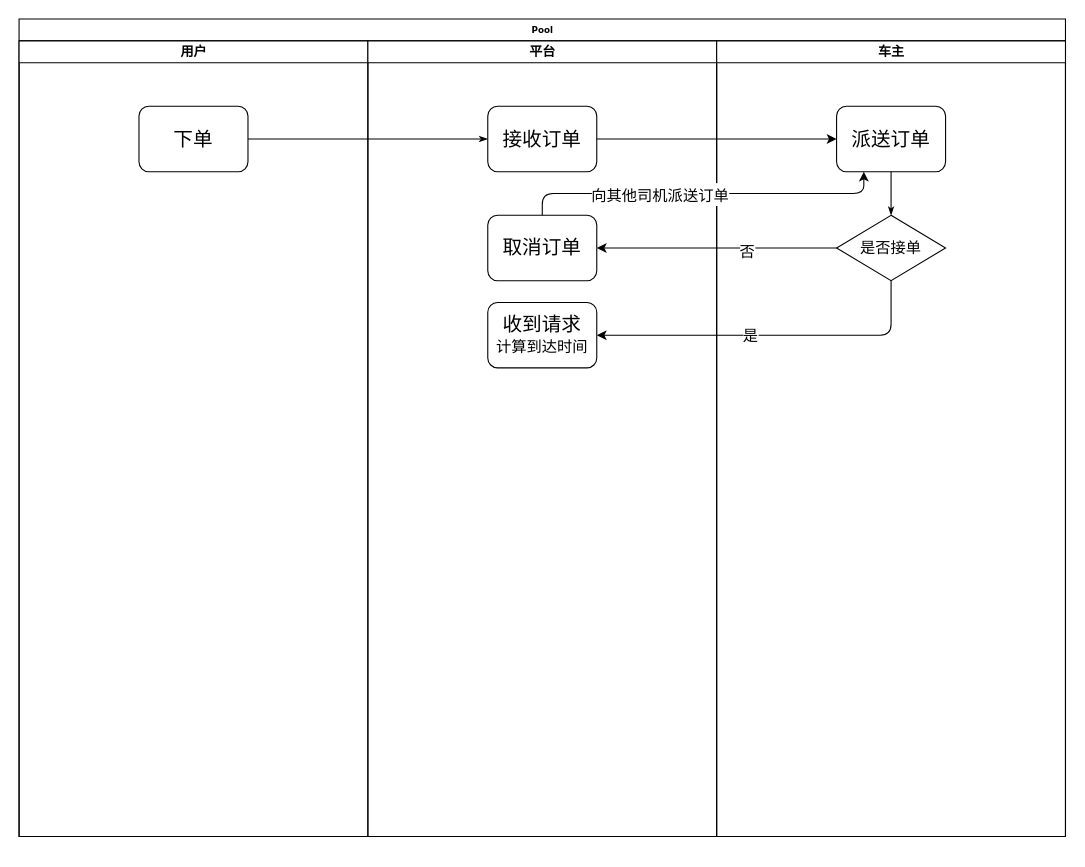
PtilopsisL/drawio keeps this draw.io diagram as Untitled Diagram.drawio. Above is the earlier version. Source tidied: cells renumbered, new cells numbered last; positions are measured from the earlier drawing's top-left corner, leaving out a move shared by most shapes. Both pictures are drawn from the tidied source at 109%, with x=0, y=0 at pixel (19, 19).
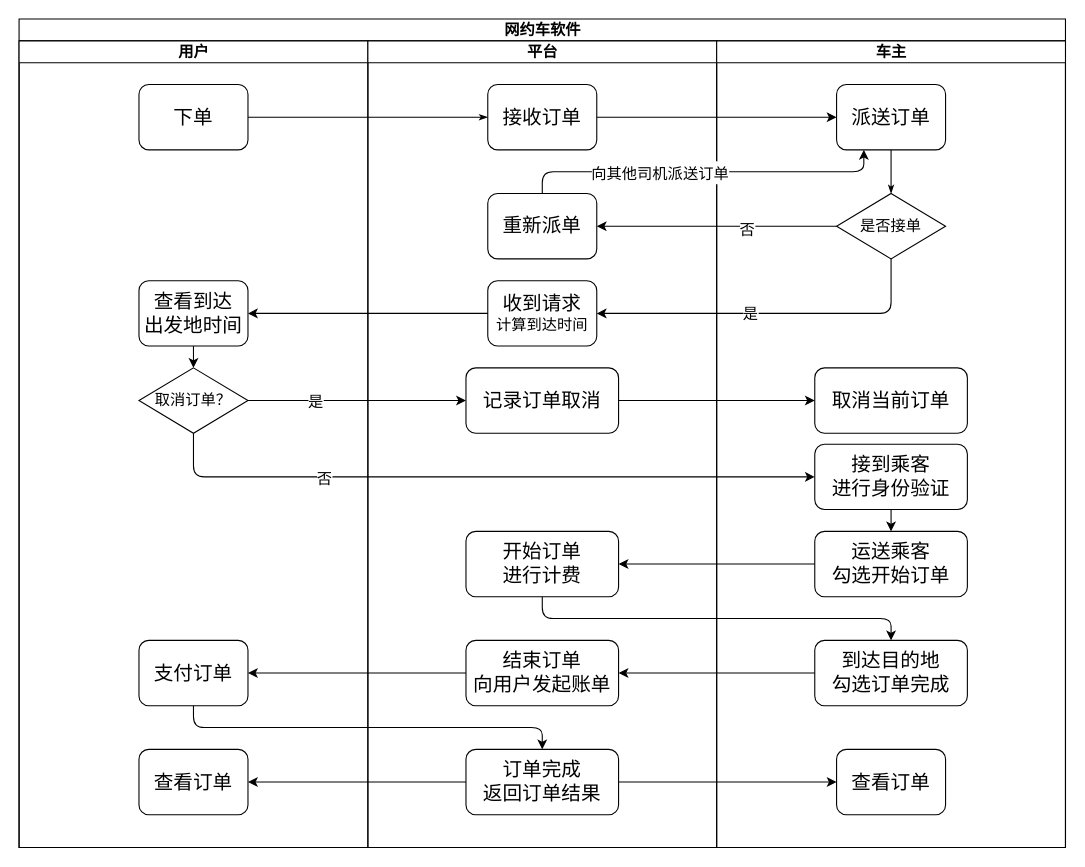
Above is the later version.

What changed in the source:
```diff
@@
-    <mxCell id="2" value="Pool" style="swimlane;html=1;startSize=20;rounded=0;shadow=0;labelBackgroundColor=none;strokeWidth=1;fontFamily=Verdana;fontSize=8;align=center;" parent="1" vertex="1">
-      <mxGeometry width="960" height="750" as="geometry" />
+    <mxCell id="2" value="&lt;font style=&quot;font-size: 14px;&quot;&gt;网约车软件&lt;/font&gt;" style="swimlane;html=1;startSize=20;rounded=0;shadow=0;labelBackgroundColor=none;strokeWidth=1;fontFamily=Verdana;fontSize=8;align=center;" parent="1" vertex="1">
+      <mxGeometry width="960" height="760" as="geometry" />
     </mxCell>
-    <mxCell id="3" value="用户" style="swimlane;html=1;startSize=20;" parent="2" vertex="1">
-      <mxGeometry y="20" width="320" height="730" as="geometry" />
+    <mxCell id="3" value="&lt;font style=&quot;font-size: 14px;&quot;&gt;用户&lt;/font&gt;" style="swimlane;html=1;startSize=20;" parent="2" vertex="1">
+      <mxGeometry y="20" width="320" height="740" as="geometry" />
     </mxCell>
     <mxCell id="4" value="&lt;font style=&quot;font-size: 18px;&quot;&gt;下单&lt;/font&gt;" style="rounded=1;whiteSpace=wrap;html=1;shadow=0;labelBackgroundColor=none;strokeWidth=1;fontFamily=Verdana;fontSize=8;align=center;" parent="3" vertex="1">
-      <mxGeometry x="110" y="60" width="100" height="60" as="geometry" />
+      <mxGeometry x="110" y="40" width="100" height="60" as="geometry" />
     </mxCell>
-    <mxCell id="5" style="edgeStyle=orthogonalEdgeStyle;rounded=1;html=1;labelBackgroundColor=none;startArrow=none;startFill=0;startSize=5;endArrow=classicThin;endFill=1;endSize=5;jettySize=auto;strokeWidth=1;fontFamily=Verdana;fontSize=8;" parent="2" edge="1" source="4" target="7">
-      <mxGeometry relative="1" as="geometry" />
-    </mxCell>
+    <mxCell id="21" style="edgeStyle=orthogonalEdgeStyle;rounded=1;jettySize=auto;html=1;exitX=0.5;exitY=1;exitDx=0;exitDy=0;entryX=0.5;entryY=0;entryDx=0;entryDy=0;fontSize=14;" parent="3" edge="1" source="22" target="23">
+      <mxGeometry relative="1" as="geometry" />
+    </mxCell>
+    <mxCell id="22" value="&lt;font size=&quot;4&quot;&gt;查看到达&lt;br&gt;出发地时间&lt;br&gt;&lt;/font&gt;" style="rounded=1;whiteSpace=wrap;html=1;shadow=0;labelBackgroundColor=none;strokeWidth=1;fontFamily=Verdana;fontSize=8;align=center;" parent="3" vertex="1">
+      <mxGeometry x="110" y="220" width="100" height="60" as="geometry" />
+    </mxCell>
+    <mxCell id="23" value="&lt;span style=&quot;font-size: 14px;&quot;&gt;取消订单？&lt;/span&gt;" style="rhombus;whiteSpace=wrap;html=1;rounded=0;shadow=0;labelBackgroundColor=none;strokeWidth=1;fontFamily=Verdana;fontSize=8;align=center;" parent="3" vertex="1">
+      <mxGeometry x="110" y="300" width="100" height="60" as="geometry" />
+    </mxCell>
+    <mxCell id="24" value="&lt;font size=&quot;4&quot;&gt;支付订单&lt;/font&gt;" style="rounded=1;whiteSpace=wrap;html=1;shadow=0;labelBackgroundColor=none;strokeWidth=1;fontFamily=Verdana;fontSize=8;align=center;" parent="3" vertex="1">
+      <mxGeometry x="110" y="550" width="100" height="60" as="geometry" />
+    </mxCell>
+    <mxCell id="25" value="&lt;font size=&quot;4&quot;&gt;查看订单&lt;/font&gt;" style="rounded=1;whiteSpace=wrap;html=1;shadow=0;labelBackgroundColor=none;strokeWidth=1;fontFamily=Verdana;fontSize=8;align=center;" parent="3" vertex="1">
+      <mxGeometry x="110" y="650" width="100" height="60" as="geometry" />
+    </mxCell>
-    <mxCell id="6" value="平台" style="swimlane;html=1;startSize=20;" parent="2" vertex="1">
-      <mxGeometry x="320" y="20" width="320" height="730" as="geometry" />
+    <mxCell id="6" value="&lt;font style=&quot;font-size: 14px;&quot;&gt;平台&lt;/font&gt;" style="swimlane;html=1;startSize=20;" parent="2" vertex="1">
+      <mxGeometry x="320" y="20" width="320" height="740" as="geometry" />
     </mxCell>
     <mxCell id="7" value="&lt;font style=&quot;font-size: 18px;&quot;&gt;接收订单&lt;/font&gt;" style="rounded=1;whiteSpace=wrap;html=1;shadow=0;labelBackgroundColor=none;strokeWidth=1;fontFamily=Verdana;fontSize=8;align=center;" parent="6" vertex="1">
-      <mxGeometry x="110" y="60" width="100" height="60" as="geometry" />
+      <mxGeometry x="110" y="40" width="100" height="60" as="geometry" />
     </mxCell>
-    <mxCell id="8" value="&lt;font style=&quot;font-size: 18px;&quot;&gt;取消订单&lt;/font&gt;" style="rounded=1;whiteSpace=wrap;html=1;fontSize=14;" parent="6" vertex="1">
-      <mxGeometry x="110" y="160" width="100" height="60" as="geometry" />
+    <mxCell id="8" value="&lt;font style=&quot;font-size: 18px;&quot;&gt;重新派单&lt;/font&gt;" style="rounded=1;whiteSpace=wrap;html=1;fontSize=14;" parent="6" vertex="1">
+      <mxGeometry x="110" y="140" width="100" height="60" as="geometry" />
     </mxCell>
     <mxCell id="9" value="&lt;font size=&quot;4&quot;&gt;收到请求&lt;/font&gt;&lt;br&gt;&lt;font style=&quot;font-size: 14px;&quot;&gt;计算到达时间&lt;/font&gt;" style="rounded=1;whiteSpace=wrap;html=1;fontSize=14;" parent="6" vertex="1">
-      <mxGeometry x="110" y="240" width="100" height="60" as="geometry" />
+      <mxGeometry x="110" y="220" width="100" height="60" as="geometry" />
     </mxCell>
+    <mxCell id="26" value="&lt;font size=&quot;4&quot;&gt;记录订单取消&lt;br&gt;&lt;/font&gt;" style="rounded=1;whiteSpace=wrap;html=1;fontSize=14;" parent="6" vertex="1">
+      <mxGeometry x="90" y="300" width="140" height="60" as="geometry" />
+    </mxCell>
+    <mxCell id="27" value="&lt;font size=&quot;4&quot;&gt;开始订单&lt;br&gt;进行计费&lt;br&gt;&lt;/font&gt;" style="rounded=1;whiteSpace=wrap;html=1;fontSize=14;" parent="6" vertex="1">
+      <mxGeometry x="90" y="450" width="140" height="60" as="geometry" />
+    </mxCell>
+    <mxCell id="28" value="&lt;font size=&quot;4&quot;&gt;结束订单&lt;br&gt;向用户发起账单&lt;br&gt;&lt;/font&gt;" style="rounded=1;whiteSpace=wrap;html=1;fontSize=14;" parent="6" vertex="1">
+      <mxGeometry x="90" y="550" width="140" height="60" as="geometry" />
+    </mxCell>
+    <mxCell id="29" value="&lt;font size=&quot;4&quot;&gt;订单完成&lt;br&gt;返回订单结果&lt;br&gt;&lt;/font&gt;" style="rounded=1;whiteSpace=wrap;html=1;fontSize=14;" parent="6" vertex="1">
+      <mxGeometry x="90" y="650" width="140" height="60" as="geometry" />
+    </mxCell>
-    <mxCell id="10" value="车主" style="swimlane;html=1;startSize=20;" parent="2" vertex="1">
-      <mxGeometry x="640" y="20" width="320" height="730" as="geometry" />
+    <mxCell id="10" value="&lt;font style=&quot;font-size: 14px;&quot;&gt;车主&lt;/font&gt;" style="swimlane;html=1;startSize=20;" parent="2" vertex="1">
+      <mxGeometry x="640" y="20" width="320" height="740" as="geometry" />
     </mxCell>
     <mxCell id="11" value="&lt;font style=&quot;font-size: 18px;&quot;&gt;派送订单&lt;/font&gt;" style="rounded=1;whiteSpace=wrap;html=1;shadow=0;labelBackgroundColor=none;strokeWidth=1;fontFamily=Verdana;fontSize=8;align=center;" parent="10" vertex="1">
-      <mxGeometry x="110" y="60" width="100" height="60" as="geometry" />
+      <mxGeometry x="110" y="40" width="100" height="60" as="geometry" />
     </mxCell>
     <mxCell id="12" value="&lt;font style=&quot;font-size: 14px;&quot;&gt;是否接单&lt;/font&gt;" style="rhombus;whiteSpace=wrap;html=1;rounded=0;shadow=0;labelBackgroundColor=none;strokeWidth=1;fontFamily=Verdana;fontSize=8;align=center;" parent="10" vertex="1">
-      <mxGeometry x="110" y="160" width="100" height="60" as="geometry" />
+      <mxGeometry x="110" y="140" width="100" height="60" as="geometry" />
     </mxCell>
@@
+    <mxCell id="30" value="&lt;font size=&quot;4&quot;&gt;取消当前订单&lt;br&gt;&lt;/font&gt;" style="rounded=1;whiteSpace=wrap;html=1;fontSize=14;" parent="10" vertex="1">
+      <mxGeometry x="90" y="300" width="140" height="60" as="geometry" />
+    </mxCell>
+    <mxCell id="31" style="edgeStyle=orthogonalEdgeStyle;rounded=1;jettySize=auto;html=1;exitX=0.5;exitY=1;exitDx=0;exitDy=0;entryX=0.5;entryY=0;entryDx=0;entryDy=0;fontSize=14;" parent="10" edge="1" source="32" target="33">
+      <mxGeometry relative="1" as="geometry" />
+    </mxCell>
+    <mxCell id="32" value="&lt;font size=&quot;4&quot;&gt;接到乘客&lt;br&gt;进行身份验证&lt;br&gt;&lt;/font&gt;" style="rounded=1;whiteSpace=wrap;html=1;fontSize=14;" parent="10" vertex="1">
+      <mxGeometry x="90" y="370" width="140" height="60" as="geometry" />
+    </mxCell>
+    <mxCell id="33" value="&lt;font size=&quot;4&quot;&gt;运送乘客&lt;br&gt;勾选开始订单&lt;br&gt;&lt;/font&gt;" style="rounded=1;whiteSpace=wrap;html=1;fontSize=14;" parent="10" vertex="1">
+      <mxGeometry x="90" y="450" width="140" height="60" as="geometry" />
+    </mxCell>
+    <mxCell id="34" value="&lt;font size=&quot;4&quot;&gt;到达目的地&lt;br&gt;勾选订单完成&lt;br&gt;&lt;/font&gt;" style="rounded=1;whiteSpace=wrap;html=1;fontSize=14;" parent="10" vertex="1">
+      <mxGeometry x="90" y="550" width="140" height="60" as="geometry" />
+    </mxCell>
+    <mxCell id="35" value="&lt;font size=&quot;4&quot;&gt;查看订单&lt;/font&gt;" style="rounded=1;whiteSpace=wrap;html=1;shadow=0;labelBackgroundColor=none;strokeWidth=1;fontFamily=Verdana;fontSize=8;align=center;" parent="10" vertex="1">
+      <mxGeometry x="110" y="650" width="100" height="60" as="geometry" />
+    </mxCell>
+    <mxCell id="5" style="edgeStyle=orthogonalEdgeStyle;rounded=1;html=1;labelBackgroundColor=none;startArrow=none;startFill=0;startSize=5;endArrow=classicThin;endFill=1;endSize=5;jettySize=auto;strokeWidth=1;fontFamily=Verdana;fontSize=8;" parent="2" edge="1" source="4" target="7">
+      <mxGeometry relative="1" as="geometry" />
+    </mxCell>
@@
+    <mxCell id="36" style="edgeStyle=orthogonalEdgeStyle;rounded=1;jettySize=auto;html=1;exitX=0;exitY=0.5;exitDx=0;exitDy=0;entryX=1;entryY=0.5;entryDx=0;entryDy=0;fontSize=14;" parent="2" edge="1" source="9" target="22">
+      <mxGeometry relative="1" as="geometry" />
+    </mxCell>
+    <mxCell id="37" style="edgeStyle=orthogonalEdgeStyle;rounded=1;jettySize=auto;html=1;exitX=1;exitY=0.5;exitDx=0;exitDy=0;entryX=0;entryY=0.5;entryDx=0;entryDy=0;fontSize=14;" parent="2" edge="1" source="23" target="26">
+      <mxGeometry relative="1" as="geometry" />
+    </mxCell>
+    <mxCell id="38" value="是" style="edgeLabel;html=1;align=center;verticalAlign=middle;fontSize=14;" parent="37" vertex="1">
+      <mxGeometry x="-0.39" relative="1" as="geometry" />
+    </mxCell>
+    <mxCell id="39" style="edgeStyle=orthogonalEdgeStyle;rounded=1;jettySize=auto;html=1;exitX=1;exitY=0.5;exitDx=0;exitDy=0;entryX=0;entryY=0.5;entryDx=0;entryDy=0;fontSize=14;" parent="2" edge="1" source="26" target="30">
+      <mxGeometry relative="1" as="geometry" />
+    </mxCell>
+    <mxCell id="40" style="edgeStyle=orthogonalEdgeStyle;rounded=1;jettySize=auto;html=1;exitX=0.5;exitY=1;exitDx=0;exitDy=0;entryX=0;entryY=0.5;entryDx=0;entryDy=0;fontSize=14;" parent="2" edge="1" source="23" target="32">
+      <mxGeometry relative="1" as="geometry" />
+    </mxCell>
+    <mxCell id="41" value="否" style="edgeLabel;html=1;align=center;verticalAlign=middle;fontSize=14;" parent="40" vertex="1">
+      <mxGeometry x="-0.48" y="-1" relative="1" as="geometry" />
+    </mxCell>
+    <mxCell id="42" style="edgeStyle=orthogonalEdgeStyle;rounded=1;jettySize=auto;html=1;exitX=0;exitY=0.5;exitDx=0;exitDy=0;entryX=1;entryY=0.5;entryDx=0;entryDy=0;fontSize=14;" parent="2" edge="1" source="33" target="27">
+      <mxGeometry relative="1" as="geometry" />
+    </mxCell>
+    <mxCell id="43" style="edgeStyle=orthogonalEdgeStyle;rounded=1;jettySize=auto;html=1;exitX=0.5;exitY=1;exitDx=0;exitDy=0;entryX=0.5;entryY=0;entryDx=0;entryDy=0;fontSize=14;" parent="2" edge="1" source="27" target="34">
+      <mxGeometry relative="1" as="geometry" />
+    </mxCell>
+    <mxCell id="44" style="edgeStyle=orthogonalEdgeStyle;rounded=1;jettySize=auto;html=1;exitX=0.5;exitY=1;exitDx=0;exitDy=0;fontSize=14;" parent="2" edge="1" source="24" target="29">
+      <mxGeometry relative="1" as="geometry" />
+    </mxCell>
+    <mxCell id="45" style="edgeStyle=orthogonalEdgeStyle;rounded=1;jettySize=auto;html=1;exitX=0;exitY=0.5;exitDx=0;exitDy=0;entryX=1;entryY=0.5;entryDx=0;entryDy=0;fontSize=14;" parent="2" edge="1" source="34" target="28">
+      <mxGeometry relative="1" as="geometry" />
+    </mxCell>
+    <mxCell id="46" style="edgeStyle=orthogonalEdgeStyle;rounded=1;jettySize=auto;html=1;exitX=0;exitY=0.5;exitDx=0;exitDy=0;entryX=1;entryY=0.5;entryDx=0;entryDy=0;fontSize=14;" parent="2" edge="1" source="28" target="24">
+      <mxGeometry relative="1" as="geometry" />
+    </mxCell>
+    <mxCell id="47" style="edgeStyle=orthogonalEdgeStyle;rounded=1;jettySize=auto;html=1;exitX=0;exitY=0.5;exitDx=0;exitDy=0;entryX=1;entryY=0.5;entryDx=0;entryDy=0;fontSize=14;" parent="2" edge="1" source="29" target="25">
+      <mxGeometry relative="1" as="geometry" />
+    </mxCell>
+    <mxCell id="48" style="edgeStyle=orthogonalEdgeStyle;rounded=1;jettySize=auto;html=1;exitX=1;exitY=0.5;exitDx=0;exitDy=0;entryX=0;entryY=0.5;entryDx=0;entryDy=0;fontSize=14;" parent="2" edge="1" source="29" target="35">
+      <mxGeometry relative="1" as="geometry" />
+    </mxCell>
```
